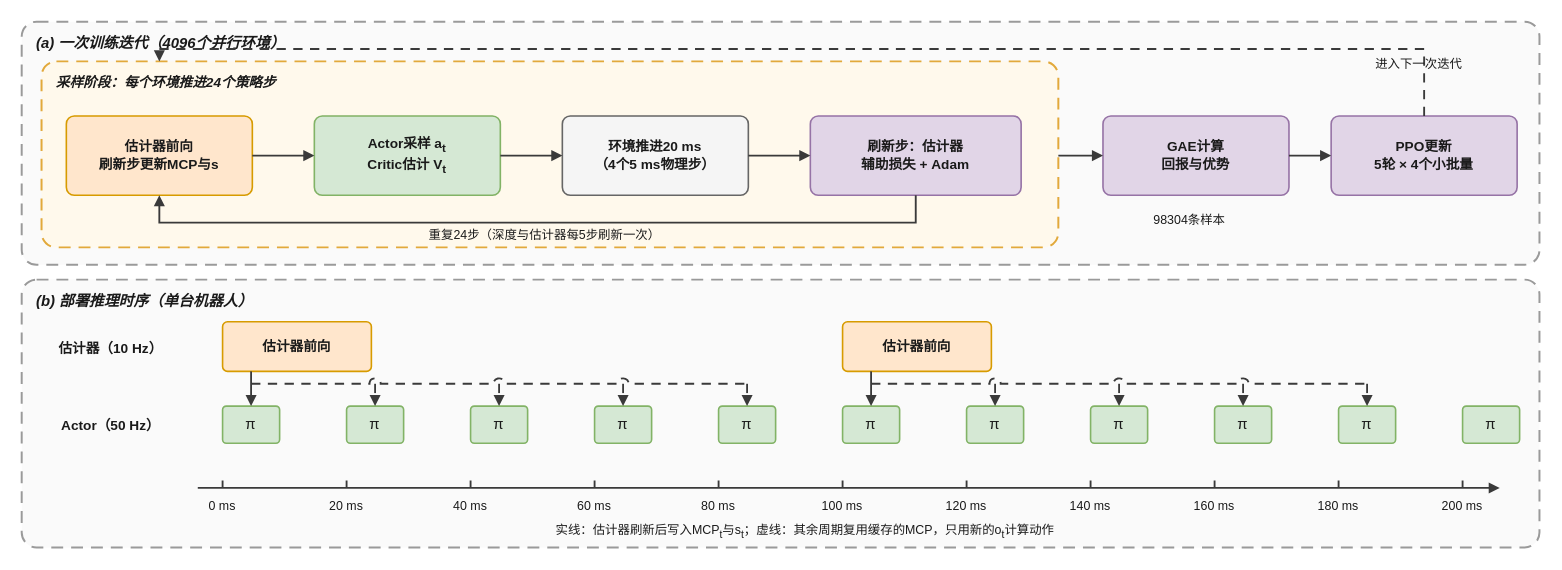
Earlier version of the draw.io diagram report_rl_control/figures/fig5_train_infer.drawio (leichesterzhang/rf). Source tidied: cells renumbered, new cells numbered last; positions are measured from the earlier drawing's top-left corner, leaving out a move shared by most shapes. Both pictures are drawn from the tidied source at 124%, with x=0, y=0 at pixel (21, 21).
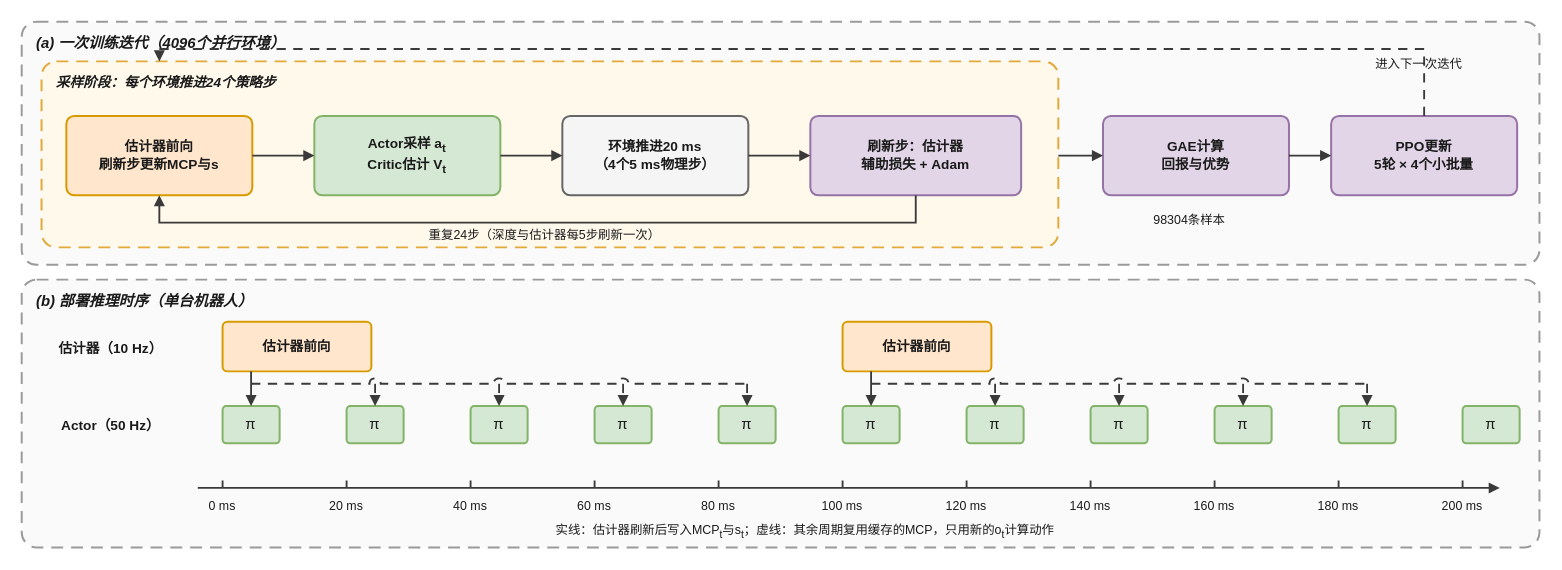
After the change.

The edit, as a diff of the source:
```diff
@@
-    <mxCell id="4" value="估计器前向&lt;br&gt;刷新步更新MCP与s" style="html=1;whiteSpace=wrap;fontFamily=Arial;fontSize=11;fontColor=#1A1A1A;fontStyle=1;align=center;rounded=1;arcSize=10;fillColor=#FFE6CC;strokeColor=#D79B00;strokeWidth=1.3;verticalAlign=middle;" parent="1" vertex="1">
+    <mxCell id="4" value="估计器前向&lt;br&gt;刷新步更新MCP与s" style="html=1;whiteSpace=wrap;fontFamily=Arial;fontSize=11;fontColor=#1A1A1A;fontStyle=1;align=center;rounded=1;arcSize=10;fillColor=#FFE6CC;strokeColor=#D79B00;strokeWidth=1.6;verticalAlign=middle;" parent="1" vertex="1">
       <mxGeometry x="36" y="76" width="150" height="64" as="geometry" />
     </mxCell>
-    <mxCell id="5" value="Actor采样 a&lt;sub&gt;t&lt;/sub&gt;&lt;br&gt;Critic估计 V&lt;sub&gt;t&lt;/sub&gt;" style="html=1;whiteSpace=wrap;fontFamily=Arial;fontSize=11;fontColor=#1A1A1A;fontStyle=1;align=center;rounded=1;arcSize=10;fillColor=#D5E8D4;strokeColor=#82B366;strokeWidth=1.3;verticalAlign=middle;" parent="1" vertex="1">
+    <mxCell id="5" value="Actor采样 a&lt;sub&gt;t&lt;/sub&gt;&lt;br&gt;Critic估计 V&lt;sub&gt;t&lt;/sub&gt;" style="html=1;whiteSpace=wrap;fontFamily=Arial;fontSize=11;fontColor=#1A1A1A;fontStyle=1;align=center;rounded=1;arcSize=10;fillColor=#D5E8D4;strokeColor=#82B366;strokeWidth=1.6;verticalAlign=middle;" parent="1" vertex="1">
       <mxGeometry x="236" y="76" width="150" height="64" as="geometry" />
     </mxCell>
-    <mxCell id="6" value="环境推进20 ms&lt;br&gt;（4个5 ms物理步）" style="html=1;whiteSpace=wrap;fontFamily=Arial;fontSize=11;fontColor=#1A1A1A;fontStyle=1;align=center;rounded=1;arcSize=10;fillColor=#F5F5F5;strokeColor=#666666;strokeWidth=1.3;verticalAlign=middle;" parent="1" vertex="1">
+    <mxCell id="6" value="环境推进20 ms&lt;br&gt;（4个5 ms物理步）" style="html=1;whiteSpace=wrap;fontFamily=Arial;fontSize=11;fontColor=#1A1A1A;fontStyle=1;align=center;rounded=1;arcSize=10;fillColor=#F5F5F5;strokeColor=#666666;strokeWidth=1.6;verticalAlign=middle;" parent="1" vertex="1">
       <mxGeometry x="436" y="76" width="150" height="64" as="geometry" />
     </mxCell>
-    <mxCell id="7" value="刷新步：估计器&lt;br&gt;辅助损失 + Adam" style="html=1;whiteSpace=wrap;fontFamily=Arial;fontSize=11;fontColor=#1A1A1A;fontStyle=1;align=center;rounded=1;arcSize=10;fillColor=#E1D5E7;strokeColor=#9673A6;strokeWidth=1.3;verticalAlign=middle;" parent="1" vertex="1">
+    <mxCell id="7" value="刷新步：估计器&lt;br&gt;辅助损失 + Adam" style="html=1;whiteSpace=wrap;fontFamily=Arial;fontSize=11;fontColor=#1A1A1A;fontStyle=1;align=center;rounded=1;arcSize=10;fillColor=#E1D5E7;strokeColor=#9673A6;strokeWidth=1.6;verticalAlign=middle;" parent="1" vertex="1">
       <mxGeometry x="636" y="76" width="170" height="64" as="geometry" />
     </mxCell>
@@
-    <mxCell id="13" value="GAE计算&lt;br&gt;回报与优势" style="html=1;whiteSpace=wrap;fontFamily=Arial;fontSize=11;fontColor=#1A1A1A;fontStyle=1;align=center;rounded=1;arcSize=10;fillColor=#E1D5E7;strokeColor=#9673A6;strokeWidth=1.3;verticalAlign=middle;" parent="1" vertex="1">
+    <mxCell id="13" value="GAE计算&lt;br&gt;回报与优势" style="html=1;whiteSpace=wrap;fontFamily=Arial;fontSize=11;fontColor=#1A1A1A;fontStyle=1;align=center;rounded=1;arcSize=10;fillColor=#E1D5E7;strokeColor=#9673A6;strokeWidth=1.6;verticalAlign=middle;" parent="1" vertex="1">
       <mxGeometry x="872" y="76" width="150" height="64" as="geometry" />
     </mxCell>
-    <mxCell id="14" value="PPO更新&lt;br&gt;5轮 × 4个小批量" style="html=1;whiteSpace=wrap;fontFamily=Arial;fontSize=11;fontColor=#1A1A1A;fontStyle=1;align=center;rounded=1;arcSize=10;fillColor=#E1D5E7;strokeColor=#9673A6;strokeWidth=1.3;verticalAlign=middle;" parent="1" vertex="1">
+    <mxCell id="14" value="PPO更新&lt;br&gt;5轮 × 4个小批量" style="html=1;whiteSpace=wrap;fontFamily=Arial;fontSize=11;fontColor=#1A1A1A;fontStyle=1;align=center;rounded=1;arcSize=10;fillColor=#E1D5E7;strokeColor=#9673A6;strokeWidth=1.6;verticalAlign=middle;" parent="1" vertex="1">
       <mxGeometry x="1056" y="76" width="150" height="64" as="geometry" />
     </mxCell>
@@
-    <mxCell id="26" value="π" style="html=1;whiteSpace=wrap;fontFamily=Arial;fontSize=12;fontColor=#1A1A1A;fontStyle=0;align=center;rounded=1;arcSize=10;fillColor=#D5E8D4;strokeColor=#82B366;strokeWidth=1.3;verticalAlign=middle;" parent="1" vertex="1">
+    <mxCell id="26" value="π" style="html=1;whiteSpace=wrap;fontFamily=Arial;fontSize=12;fontColor=#1A1A1A;fontStyle=0;align=center;rounded=1;arcSize=10;fillColor=#D5E8D4;strokeColor=#82B366;strokeWidth=1.6;verticalAlign=middle;" parent="1" vertex="1">
       <mxGeometry x="162" y="310" width="46" height="30" as="geometry" />
     </mxCell>
-    <mxCell id="27" value="估计器前向" style="html=1;whiteSpace=wrap;fontFamily=Arial;fontSize=11;fontColor=#1A1A1A;fontStyle=1;align=center;rounded=1;arcSize=10;fillColor=#FFE6CC;strokeColor=#D79B00;strokeWidth=1.3;verticalAlign=middle;" parent="1" vertex="1">
+    <mxCell id="27" value="估计器前向" style="html=1;whiteSpace=wrap;fontFamily=Arial;fontSize=11;fontColor=#1A1A1A;fontStyle=1;align=center;rounded=1;arcSize=10;fillColor=#FFE6CC;strokeColor=#D79B00;strokeWidth=1.6;verticalAlign=middle;" parent="1" vertex="1">
       <mxGeometry x="162" y="242" width="120" height="40" as="geometry" />
     </mxCell>
@@
-    <mxCell id="31" value="π" style="html=1;whiteSpace=wrap;fontFamily=Arial;fontSize=12;fontColor=#1A1A1A;fontStyle=0;align=center;rounded=1;arcSize=10;fillColor=#D5E8D4;strokeColor=#82B366;strokeWidth=1.3;verticalAlign=middle;" parent="1" vertex="1">
+    <mxCell id="31" value="π" style="html=1;whiteSpace=wrap;fontFamily=Arial;fontSize=12;fontColor=#1A1A1A;fontStyle=0;align=center;rounded=1;arcSize=10;fillColor=#D5E8D4;strokeColor=#82B366;strokeWidth=1.6;verticalAlign=middle;" parent="1" vertex="1">
       <mxGeometry x="262" y="310" width="46" height="30" as="geometry" />
     </mxCell>
@@
-    <mxCell id="34" value="π" style="html=1;whiteSpace=wrap;fontFamily=Arial;fontSize=12;fontColor=#1A1A1A;fontStyle=0;align=center;rounded=1;arcSize=10;fillColor=#D5E8D4;strokeColor=#82B366;strokeWidth=1.3;verticalAlign=middle;" parent="1" vertex="1">
+    <mxCell id="34" value="π" style="html=1;whiteSpace=wrap;fontFamily=Arial;fontSize=12;fontColor=#1A1A1A;fontStyle=0;align=center;rounded=1;arcSize=10;fillColor=#D5E8D4;strokeColor=#82B366;strokeWidth=1.6;verticalAlign=middle;" parent="1" vertex="1">
       <mxGeometry x="362" y="310" width="46" height="30" as="geometry" />
     </mxCell>
@@
-    <mxCell id="37" value="π" style="html=1;whiteSpace=wrap;fontFamily=Arial;fontSize=12;fontColor=#1A1A1A;fontStyle=0;align=center;rounded=1;arcSize=10;fillColor=#D5E8D4;strokeColor=#82B366;strokeWidth=1.3;verticalAlign=middle;" parent="1" vertex="1">
+    <mxCell id="37" value="π" style="html=1;whiteSpace=wrap;fontFamily=Arial;fontSize=12;fontColor=#1A1A1A;fontStyle=0;align=center;rounded=1;arcSize=10;fillColor=#D5E8D4;strokeColor=#82B366;strokeWidth=1.6;verticalAlign=middle;" parent="1" vertex="1">
       <mxGeometry x="462" y="310" width="46" height="30" as="geometry" />
     </mxCell>
@@
-    <mxCell id="40" value="π" style="html=1;whiteSpace=wrap;fontFamily=Arial;fontSize=12;fontColor=#1A1A1A;fontStyle=0;align=center;rounded=1;arcSize=10;fillColor=#D5E8D4;strokeColor=#82B366;strokeWidth=1.3;verticalAlign=middle;" parent="1" vertex="1">
+    <mxCell id="40" value="π" style="html=1;whiteSpace=wrap;fontFamily=Arial;fontSize=12;fontColor=#1A1A1A;fontStyle=0;align=center;rounded=1;arcSize=10;fillColor=#D5E8D4;strokeColor=#82B366;strokeWidth=1.6;verticalAlign=middle;" parent="1" vertex="1">
       <mxGeometry x="562" y="310" width="46" height="30" as="geometry" />
     </mxCell>
@@
-    <mxCell id="43" value="π" style="html=1;whiteSpace=wrap;fontFamily=Arial;fontSize=12;fontColor=#1A1A1A;fontStyle=0;align=center;rounded=1;arcSize=10;fillColor=#D5E8D4;strokeColor=#82B366;strokeWidth=1.3;verticalAlign=middle;" parent="1" vertex="1">
+    <mxCell id="43" value="π" style="html=1;whiteSpace=wrap;fontFamily=Arial;fontSize=12;fontColor=#1A1A1A;fontStyle=0;align=center;rounded=1;arcSize=10;fillColor=#D5E8D4;strokeColor=#82B366;strokeWidth=1.6;verticalAlign=middle;" parent="1" vertex="1">
       <mxGeometry x="662" y="310" width="46" height="30" as="geometry" />
     </mxCell>
-    <mxCell id="44" value="估计器前向" style="html=1;whiteSpace=wrap;fontFamily=Arial;fontSize=11;fontColor=#1A1A1A;fontStyle=1;align=center;rounded=1;arcSize=10;fillColor=#FFE6CC;strokeColor=#D79B00;strokeWidth=1.3;verticalAlign=middle;" parent="1" vertex="1">
+    <mxCell id="44" value="估计器前向" style="html=1;whiteSpace=wrap;fontFamily=Arial;fontSize=11;fontColor=#1A1A1A;fontStyle=1;align=center;rounded=1;arcSize=10;fillColor=#FFE6CC;strokeColor=#D79B00;strokeWidth=1.6;verticalAlign=middle;" parent="1" vertex="1">
       <mxGeometry x="662" y="242" width="120" height="40" as="geometry" />
     </mxCell>
@@
-    <mxCell id="48" value="π" style="html=1;whiteSpace=wrap;fontFamily=Arial;fontSize=12;fontColor=#1A1A1A;fontStyle=0;align=center;rounded=1;arcSize=10;fillColor=#D5E8D4;strokeColor=#82B366;strokeWidth=1.3;verticalAlign=middle;" parent="1" vertex="1">
+    <mxCell id="48" value="π" style="html=1;whiteSpace=wrap;fontFamily=Arial;fontSize=12;fontColor=#1A1A1A;fontStyle=0;align=center;rounded=1;arcSize=10;fillColor=#D5E8D4;strokeColor=#82B366;strokeWidth=1.6;verticalAlign=middle;" parent="1" vertex="1">
       <mxGeometry x="762" y="310" width="46" height="30" as="geometry" />
     </mxCell>
@@
-    <mxCell id="51" value="π" style="html=1;whiteSpace=wrap;fontFamily=Arial;fontSize=12;fontColor=#1A1A1A;fontStyle=0;align=center;rounded=1;arcSize=10;fillColor=#D5E8D4;strokeColor=#82B366;strokeWidth=1.3;verticalAlign=middle;" parent="1" vertex="1">
+    <mxCell id="51" value="π" style="html=1;whiteSpace=wrap;fontFamily=Arial;fontSize=12;fontColor=#1A1A1A;fontStyle=0;align=center;rounded=1;arcSize=10;fillColor=#D5E8D4;strokeColor=#82B366;strokeWidth=1.6;verticalAlign=middle;" parent="1" vertex="1">
       <mxGeometry x="862" y="310" width="46" height="30" as="geometry" />
     </mxCell>
@@
-    <mxCell id="54" value="π" style="html=1;whiteSpace=wrap;fontFamily=Arial;fontSize=12;fontColor=#1A1A1A;fontStyle=0;align=center;rounded=1;arcSize=10;fillColor=#D5E8D4;strokeColor=#82B366;strokeWidth=1.3;verticalAlign=middle;" parent="1" vertex="1">
+    <mxCell id="54" value="π" style="html=1;whiteSpace=wrap;fontFamily=Arial;fontSize=12;fontColor=#1A1A1A;fontStyle=0;align=center;rounded=1;arcSize=10;fillColor=#D5E8D4;strokeColor=#82B366;strokeWidth=1.6;verticalAlign=middle;" parent="1" vertex="1">
       <mxGeometry x="962" y="310" width="46" height="30" as="geometry" />
     </mxCell>
@@
-    <mxCell id="57" value="π" style="html=1;whiteSpace=wrap;fontFamily=Arial;fontSize=12;fontColor=#1A1A1A;fontStyle=0;align=center;rounded=1;arcSize=10;fillColor=#D5E8D4;strokeColor=#82B366;strokeWidth=1.3;verticalAlign=middle;" parent="1" vertex="1">
+    <mxCell id="57" value="π" style="html=1;whiteSpace=wrap;fontFamily=Arial;fontSize=12;fontColor=#1A1A1A;fontStyle=0;align=center;rounded=1;arcSize=10;fillColor=#D5E8D4;strokeColor=#82B366;strokeWidth=1.6;verticalAlign=middle;" parent="1" vertex="1">
       <mxGeometry x="1062" y="310" width="46" height="30" as="geometry" />
     </mxCell>
@@
-    <mxCell id="60" value="π" style="html=1;whiteSpace=wrap;fontFamily=Arial;fontSize=12;fontColor=#1A1A1A;fontStyle=0;align=center;rounded=1;arcSize=10;fillColor=#D5E8D4;strokeColor=#82B366;strokeWidth=1.3;verticalAlign=middle;" parent="1" vertex="1">
+    <mxCell id="60" value="π" style="html=1;whiteSpace=wrap;fontFamily=Arial;fontSize=12;fontColor=#1A1A1A;fontStyle=0;align=center;rounded=1;arcSize=10;fillColor=#D5E8D4;strokeColor=#82B366;strokeWidth=1.6;verticalAlign=middle;" parent="1" vertex="1">
       <mxGeometry x="1162" y="310" width="46" height="30" as="geometry" />
     </mxCell>
```
